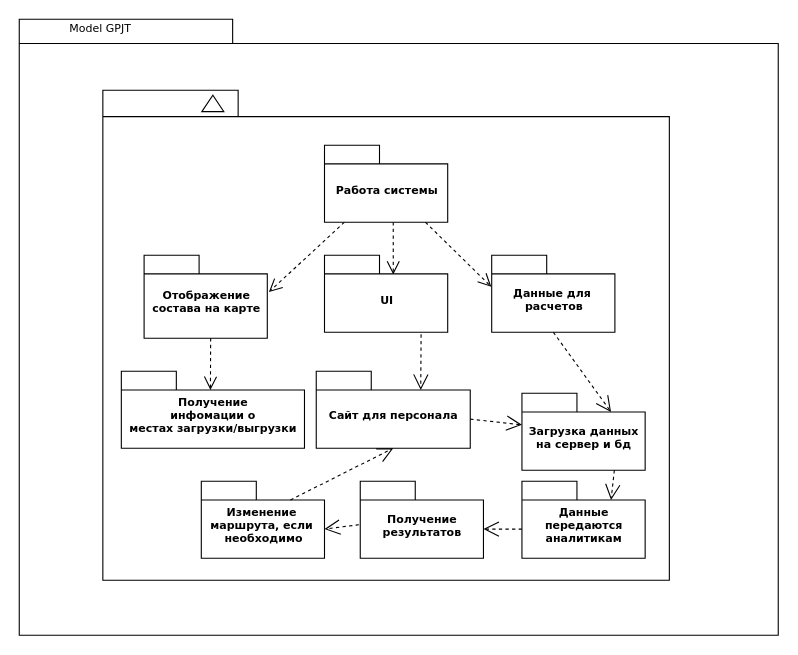
The draw.io diagram Инструментальные средства проектирования  информационных систем/LabWork6/Package Diagram.drawio in dima-uryvskiy/Educational-Projects, before the edit. Source tidied: cells renumbered, new cells numbered last; positions are measured from the earlier drawing's top-left corner, leaving out a move shared by most shapes. Both pictures are drawn from the tidied source at 110%, with x=0, y=0 at pixel (19, 19).
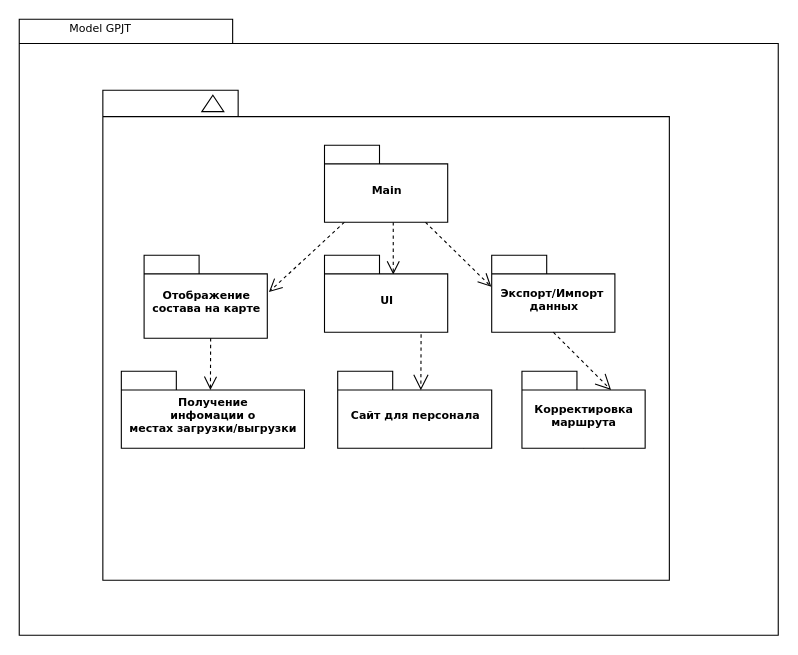
Above is the later version.

The change refers to these unchanged cells:
```xml
<mxCell id="9" value="UI" style="shape=folder;fontStyle=1;spacingTop=10;tabWidth=50;tabHeight=17;tabPosition=left;html=1;rounded=0;shadow=0;comic=0;labelBackgroundColor=none;strokeColor=#000000;strokeWidth=1;fillColor=#ffffff;fontFamily=Verdana;fontSize=10;fontColor=#000000;align=center;" parent="1" vertex="1">
  <mxGeometry x="277.5" y="214.5" width="112" height="70" as="geometry" />
</mxCell>
```

What changed in the source:
```diff
@@
-    <mxCell id="7" value="Работа системы" style="shape=folder;fontStyle=1;spacingTop=10;tabWidth=50;tabHeight=17;tabPosition=left;html=1;rounded=0;shadow=0;comic=0;labelBackgroundColor=none;strokeColor=#000000;strokeWidth=1;fillColor=#ffffff;fontFamily=Verdana;fontSize=10;fontColor=#000000;align=center;" parent="1" vertex="1">
+    <mxCell id="7" value="Main" style="shape=folder;fontStyle=1;spacingTop=10;tabWidth=50;tabHeight=17;tabPosition=left;html=1;rounded=0;shadow=0;comic=0;labelBackgroundColor=none;strokeColor=#000000;strokeWidth=1;fillColor=#ffffff;fontFamily=Verdana;fontSize=10;fontColor=#000000;align=center;" parent="1" vertex="1">
       <mxGeometry x="277.5" y="114.5" width="112" height="70" as="geometry" />
     </mxCell>
@@
-    <mxCell id="10" value="Данные для&amp;nbsp;&lt;br&gt;расчетов" style="shape=folder;fontStyle=1;spacingTop=10;tabWidth=50;tabHeight=17;tabPosition=left;html=1;rounded=0;shadow=0;comic=0;labelBackgroundColor=none;strokeColor=#000000;strokeWidth=1;fillColor=#ffffff;fontFamily=Verdana;fontSize=10;fontColor=#000000;align=center;" parent="1" vertex="1">
+    <mxCell id="10" value="Экспорт/Импорт&amp;nbsp;&lt;br&gt;данных" style="shape=folder;fontStyle=1;spacingTop=10;tabWidth=50;tabHeight=17;tabPosition=left;html=1;rounded=0;shadow=0;comic=0;labelBackgroundColor=none;strokeColor=#000000;strokeWidth=1;fillColor=#ffffff;fontFamily=Verdana;fontSize=10;fontColor=#000000;align=center;" parent="1" vertex="1">
       <mxGeometry x="429.5" y="214.5" width="112" height="70" as="geometry" />
     </mxCell>
@@
     <mxCell id="15" value="Сайт для персонала" style="shape=folder;fontStyle=1;spacingTop=10;tabWidth=50;tabHeight=17;tabPosition=left;html=1;rounded=0;shadow=0;comic=0;labelBackgroundColor=none;strokeColor=#000000;strokeWidth=1;fillColor=#ffffff;fontFamily=Verdana;fontSize=10;fontColor=#000000;align=center;" parent="1" vertex="1">
-      <mxGeometry x="270" y="320" width="140" height="70" as="geometry" />
+      <mxGeometry x="289.5" y="320" width="140" height="70" as="geometry" />
     </mxCell>
-    <mxCell id="16" style="endArrow=open;endSize=12;dashed=1;html=1;exitX=0.784;exitY=1.028;exitDx=0;exitDy=0;exitPerimeter=0;entryX=0;entryY=0;entryDx=95;entryDy=17;entryPerimeter=0;" parent="1" edge="1" source="9" target="15">
+    <mxCell id="16" style="endArrow=open;endSize=12;dashed=1;html=1;exitX=0.784;exitY=1.028;exitDx=0;exitDy=0;exitPerimeter=0;entryX=0.54;entryY=0.246;entryDx=0;entryDy=0;entryPerimeter=0;" parent="1" edge="1" source="9" target="15">
       <mxGeometry relative="1" as="geometry" />
     </mxCell>
-    <mxCell id="17" value="Загрузка данных&lt;br&gt;на сервер и бд" style="shape=folder;fontStyle=1;spacingTop=10;tabWidth=50;tabHeight=17;tabPosition=left;html=1;rounded=0;shadow=0;comic=0;labelBackgroundColor=none;strokeColor=#000000;strokeWidth=1;fillColor=#ffffff;fontFamily=Verdana;fontSize=10;fontColor=#000000;align=center;" parent="1" vertex="1">
-      <mxGeometry x="457" y="340" width="112" height="70" as="geometry" />
-    </mxCell>
-    <mxCell id="18" style="endArrow=open;endSize=12;dashed=1;html=1;exitX=0;exitY=0;exitDx=140;exitDy=43.5;exitPerimeter=0;" parent="1" edge="1" source="15" target="17">
-      <mxGeometry relative="1" as="geometry" />
-    </mxCell>
-    <mxCell id="19" style="endArrow=open;endSize=12;dashed=1;html=1;exitX=0.5;exitY=1;exitDx=0;exitDy=0;exitPerimeter=0;entryX=0;entryY=0;entryDx=81;entryDy=17;entryPerimeter=0;" parent="1" edge="1" source="10" target="17">
-      <mxGeometry relative="1" as="geometry" />
+    <mxCell id="19" style="endArrow=open;endSize=12;dashed=1;html=1;exitX=0.5;exitY=1;exitDx=0;exitDy=0;exitPerimeter=0;" parent="1" edge="1" source="27">
+      <mxGeometry relative="1" as="geometry">
+        <mxPoint x="530" y="340" as="targetPoint" />
+      </mxGeometry>
     </mxCell>
-    <mxCell id="20" value="Данные &lt;br&gt;передаются &lt;br&gt;аналитикам" style="shape=folder;fontStyle=1;spacingTop=10;tabWidth=50;tabHeight=17;tabPosition=left;html=1;rounded=0;shadow=0;comic=0;labelBackgroundColor=none;strokeColor=#000000;strokeWidth=1;fillColor=#ffffff;fontFamily=Verdana;fontSize=10;fontColor=#000000;align=center;" parent="1" vertex="1">
-      <mxGeometry x="457" y="420" width="112" height="70" as="geometry" />
-    </mxCell>
-    <mxCell id="21" style="endArrow=open;endSize=12;dashed=1;html=1;exitX=0.75;exitY=1;exitDx=0;exitDy=0;exitPerimeter=0;entryX=0;entryY=0;entryDx=81;entryDy=17;entryPerimeter=0;" parent="1" edge="1" source="17" target="20">
-      <mxGeometry relative="1" as="geometry" />
-    </mxCell>
-    <mxCell id="22" value="Получение &lt;br&gt;результатов" style="shape=folder;fontStyle=1;spacingTop=10;tabWidth=50;tabHeight=17;tabPosition=left;html=1;rounded=0;shadow=0;comic=0;labelBackgroundColor=none;strokeColor=#000000;strokeWidth=1;fillColor=#ffffff;fontFamily=Verdana;fontSize=10;fontColor=#000000;align=center;" parent="1" vertex="1">
-      <mxGeometry x="310" y="420" width="112" height="70" as="geometry" />
-    </mxCell>
-    <mxCell id="23" style="endArrow=open;endSize=12;dashed=1;html=1;entryX=0;entryY=0;entryDx=112;entryDy=43.5;entryPerimeter=0;exitX=0;exitY=0;exitDx=0;exitDy=43.5;exitPerimeter=0;" parent="1" edge="1" source="20" target="22">
-      <mxGeometry relative="1" as="geometry" />
-    </mxCell>
-    <mxCell id="24" value="Изменение&amp;nbsp;&lt;br&gt;маршрута, если&amp;nbsp;&lt;br&gt;необходимо" style="shape=folder;fontStyle=1;spacingTop=10;tabWidth=50;tabHeight=17;tabPosition=left;html=1;rounded=0;shadow=0;comic=0;labelBackgroundColor=none;strokeColor=#000000;strokeWidth=1;fillColor=#ffffff;fontFamily=Verdana;fontSize=10;fontColor=#000000;align=center;" parent="1" vertex="1">
-      <mxGeometry x="165.5" y="420" width="112" height="70" as="geometry" />
-    </mxCell>
-    <mxCell id="25" style="endArrow=open;endSize=12;dashed=1;html=1;exitX=-0.011;exitY=0.565;exitDx=0;exitDy=0;exitPerimeter=0;entryX=0;entryY=0;entryDx=112;entryDy=43.5;entryPerimeter=0;" parent="1" edge="1" source="22" target="24">
-      <mxGeometry relative="1" as="geometry" />
-    </mxCell>
-    <mxCell id="26" style="endArrow=open;endSize=12;dashed=1;html=1;entryX=0.5;entryY=1;entryDx=0;entryDy=0;entryPerimeter=0;exitX=0;exitY=0;exitDx=81;exitDy=17;exitPerimeter=0;" parent="1" edge="1" source="24" target="15">
-      <mxGeometry relative="1" as="geometry" />
-    </mxCell>
+    <mxCell id="27" value="Корректировка&lt;br&gt;маршрута" style="shape=folder;fontStyle=1;spacingTop=10;tabWidth=50;tabHeight=17;tabPosition=left;html=1;rounded=0;shadow=0;comic=0;labelBackgroundColor=none;strokeColor=#000000;strokeWidth=1;fillColor=#ffffff;fontFamily=Verdana;fontSize=10;fontColor=#000000;align=center;" parent="1" vertex="1">
+      <mxGeometry x="457" y="320" width="112" height="70" as="geometry" />
+    </mxCell>
+    <mxCell id="28" style="endArrow=open;endSize=12;dashed=1;html=1;exitX=0.5;exitY=1;exitDx=0;exitDy=0;exitPerimeter=0;entryX=0;entryY=0;entryDx=81;entryDy=17;entryPerimeter=0;" parent="1" edge="1" source="10" target="27">
+      <mxGeometry relative="1" as="geometry" />
+    </mxCell>
```
